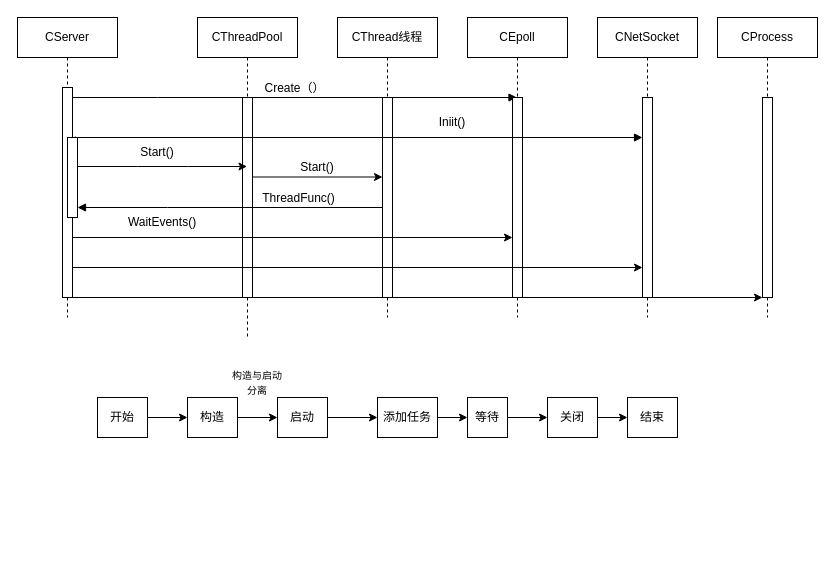
This is page "Page-1" (1 of 2) of 视频服务器-网络服务器模块时序图.drawio from ZWJ5656588/uml, a draw.io file, before an edit. Source tidied: cells renumbered, new cells numbered last; positions are measured from the earlier drawing's top-left corner, leaving out a move shared by most shapes. Both pictures are drawn from the tidied source at 100%, with x=0, y=0 at pixel (17, 17).
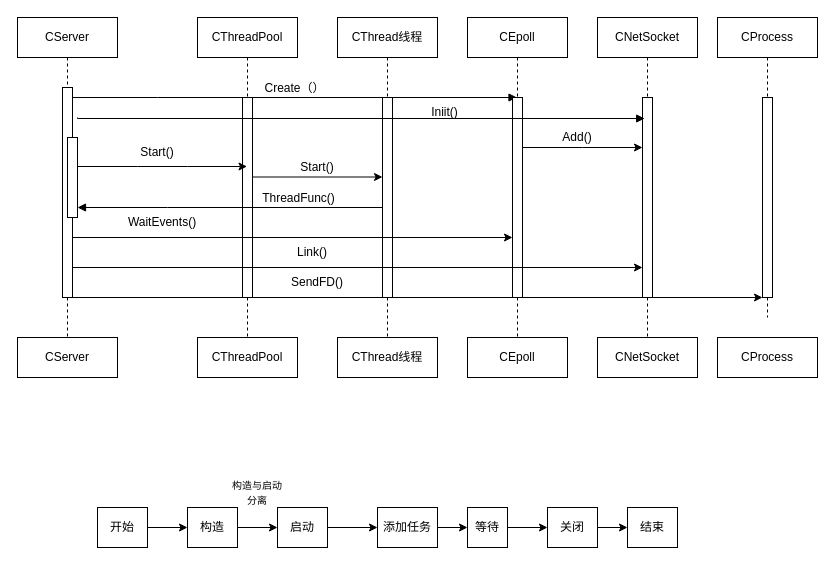
Above is the later version.

Commit message:
更新视频服务器-网络服务器模块时序图.drawio

The change refers to these unchanged cells:
```xml
<mxCell id="10" style="html=1;points=[];perimeter=orthogonalPerimeter;outlineConnect=0;targetShapes=umlLifeline;portConstraint=eastwest;newEdgeStyle={&quot;edgeStyle&quot;:&quot;elbowEdgeStyle&quot;,&quot;elbow&quot;:&quot;vertical&quot;,&quot;curved&quot;:0,&quot;rounded&quot;:0};" parent="9" vertex="1">
  <mxGeometry x="45" y="80" width="10" height="200" as="geometry" />
</mxCell>
```

Change to the diagram source:
```diff
@@
-    <mxCell id="2" value="CServer" style="shape=umlLifeline;perimeter=lifelinePerimeter;whiteSpace=wrap;html=1;newEdgeStyle={&quot;edgeStyle&quot;:&quot;elbowEdgeStyle&quot;,&quot;elbow&quot;:&quot;vertical&quot;,&quot;curved&quot;:0,&quot;rounded&quot;:0};" parent="1" vertex="1">
-      <mxGeometry width="100" height="300" as="geometry" />
+    <mxCell id="2" value="CServer" style="shape=umlLifeline;perimeter=lifelinePerimeter;whiteSpace=wrap;html=1;newEdgeStyle={&quot;edgeStyle&quot;:&quot;elbowEdgeStyle&quot;,&quot;elbow&quot;:&quot;vertical&quot;,&quot;curved&quot;:0,&quot;rounded&quot;:0};size=40;" parent="1" vertex="1">
+      <mxGeometry width="100" height="320" as="geometry" />
     </mxCell>
-    <mxCell id="3" style="html=1;points=[];perimeter=orthogonalPerimeter;outlineConnect=0;targetShapes=umlLifeline;portConstraint=eastwest;newEdgeStyle={&quot;edgeStyle&quot;:&quot;elbowEdgeStyle&quot;,&quot;elbow&quot;:&quot;vertical&quot;,&quot;curved&quot;:0,&quot;rounded&quot;:0};" parent="2" vertex="1">
-      <mxGeometry x="45" y="70" width="10" height="210" as="geometry" />
-    </mxCell>
-    <mxCell id="4" style="html=1;perimeter=orthogonalPerimeter;targetShapes=umlLifeline;newEdgeStyle={&quot;edgeStyle&quot;:&quot;elbowEdgeStyle&quot;,&quot;elbow&quot;:&quot;vertical&quot;,&quot;curved&quot;:0,&quot;rounded&quot;:0};" parent="2" vertex="1">
-      <mxGeometry x="50" y="120" width="10" height="80" as="geometry" />
-    </mxCell>
@@
     <mxCell id="9" value="CNetSocket" style="shape=umlLifeline;perimeter=lifelinePerimeter;whiteSpace=wrap;html=1;newEdgeStyle={&quot;edgeStyle&quot;:&quot;elbowEdgeStyle&quot;,&quot;elbow&quot;:&quot;vertical&quot;,&quot;curved&quot;:0,&quot;rounded&quot;:0};" parent="1" vertex="1">
-      <mxGeometry x="580" width="100" height="300" as="geometry" />
+      <mxGeometry x="580" width="100" height="320" as="geometry" />
     </mxCell>
@@
     <mxCell id="11" value="CThread线程" style="shape=umlLifeline;perimeter=lifelinePerimeter;whiteSpace=wrap;html=1;newEdgeStyle={&quot;edgeStyle&quot;:&quot;elbowEdgeStyle&quot;,&quot;elbow&quot;:&quot;vertical&quot;,&quot;curved&quot;:0,&quot;rounded&quot;:0};" parent="1" vertex="1">
-      <mxGeometry x="320" width="100" height="300" as="geometry" />
+      <mxGeometry x="320" width="100" height="320" as="geometry" />
     </mxCell>
@@
     <mxCell id="13" value="CEpoll" style="shape=umlLifeline;perimeter=lifelinePerimeter;whiteSpace=wrap;html=1;outlineConnect=0;portConstraint=eastwest;newEdgeStyle={&quot;edgeStyle&quot;:&quot;elbowEdgeStyle&quot;,&quot;elbow&quot;:&quot;vertical&quot;,&quot;curved&quot;:0,&quot;rounded&quot;:0};" parent="1" vertex="1">
-      <mxGeometry x="450" width="100" height="300" as="geometry" />
+      <mxGeometry x="450" width="100" height="320" as="geometry" />
     </mxCell>
@@
     <mxCell id="16" value="开始" style="rounded=0;whiteSpace=wrap;html=1;" parent="1" vertex="1">
-      <mxGeometry x="80" y="380" width="50" height="40" as="geometry" />
+      <mxGeometry x="80" y="490" width="50" height="40" as="geometry" />
     </mxCell>
@@
     <mxCell id="18" value="构造" style="rounded=0;whiteSpace=wrap;html=1;" parent="1" vertex="1">
-      <mxGeometry x="170" y="380" width="50" height="40" as="geometry" />
+      <mxGeometry x="170" y="490" width="50" height="40" as="geometry" />
     </mxCell>
@@
     <mxCell id="20" value="启动" style="rounded=0;whiteSpace=wrap;html=1;" parent="1" vertex="1">
-      <mxGeometry x="260" y="380" width="50" height="40" as="geometry" />
+      <mxGeometry x="260" y="490" width="50" height="40" as="geometry" />
     </mxCell>
@@
     <mxCell id="22" value="添加任务" style="rounded=0;whiteSpace=wrap;html=1;" parent="1" vertex="1">
-      <mxGeometry x="360" y="380" width="60" height="40" as="geometry" />
+      <mxGeometry x="360" y="490" width="60" height="40" as="geometry" />
     </mxCell>
@@
     <mxCell id="24" value="等待" style="rounded=0;whiteSpace=wrap;html=1;" parent="1" vertex="1">
-      <mxGeometry x="450" y="380" width="40" height="40" as="geometry" />
+      <mxGeometry x="450" y="490" width="40" height="40" as="geometry" />
     </mxCell>
     <mxCell id="25" value="&lt;font style=&quot;font-size: 10px;&quot;&gt;构造与启动分离&lt;/font&gt;" style="text;strokeColor=none;align=center;fillColor=none;html=1;verticalAlign=middle;whiteSpace=wrap;rounded=0;" parent="1" vertex="1">
-      <mxGeometry x="210" y="350" width="60" height="30" as="geometry" />
+      <mxGeometry x="210" y="460" width="60" height="30" as="geometry" />
     </mxCell>
@@
     <mxCell id="27" value="关闭" style="rounded=0;whiteSpace=wrap;html=1;" parent="1" vertex="1">
-      <mxGeometry x="530" y="380" width="50" height="40" as="geometry" />
+      <mxGeometry x="530" y="490" width="50" height="40" as="geometry" />
     </mxCell>
     <mxCell id="28" value="结束" style="rounded=0;whiteSpace=wrap;html=1;" parent="1" vertex="1">
-      <mxGeometry x="610" y="380" width="50" height="40" as="geometry" />
+      <mxGeometry x="610" y="490" width="50" height="40" as="geometry" />
     </mxCell>
-    <mxCell id="29" value="&amp;nbsp;" style="html=1;verticalAlign=bottom;endArrow=block;edgeStyle=elbowEdgeStyle;elbow=vertical;curved=0;rounded=0;" parent="1" edge="1" target="10">
+    <mxCell id="29" value="&amp;nbsp;" style="html=1;verticalAlign=bottom;endArrow=block;edgeStyle=elbowEdgeStyle;elbow=vertical;curved=0;rounded=0;" parent="1" edge="1">
       <mxGeometry relative="1" as="geometry">
-        <mxPoint x="57.8" y="119" as="sourcePoint" />
+        <mxPoint x="60" y="100" as="sourcePoint" />
+        <mxPoint x="627.2" y="101" as="targetPoint" />
         <Array as="points">
-          <mxPoint x="630" y="120" />
-          <mxPoint x="142.8" y="119" />
+          <mxPoint x="632.2" y="101" />
+          <mxPoint x="145" y="100" />
         </Array>
       </mxGeometry>
     </mxCell>
     <mxCell id="30" value="Iniit()" style="text;strokeColor=none;align=center;fillColor=none;html=1;verticalAlign=middle;whiteSpace=wrap;rounded=0;" parent="1" vertex="1">
-      <mxGeometry x="405" y="90" width="60" height="30" as="geometry" />
+      <mxGeometry x="405" y="90" width="45" height="10" as="geometry" />
     </mxCell>
@@
+    <mxCell id="42" value="Link()" style="text;strokeColor=none;align=center;fillColor=none;html=1;verticalAlign=middle;whiteSpace=wrap;rounded=0;" parent="1" vertex="1">
+      <mxGeometry x="280" y="230" width="30" height="10" as="geometry" />
+    </mxCell>
+    <mxCell id="43" value="SendFD()&lt;br&gt;" style="text;strokeColor=none;align=center;fillColor=none;html=1;verticalAlign=middle;whiteSpace=wrap;rounded=0;" parent="1" vertex="1">
+      <mxGeometry x="285" y="260" width="30" height="10" as="geometry" />
+    </mxCell>
+    <mxCell id="3" style="html=1;points=[];perimeter=orthogonalPerimeter;outlineConnect=0;targetShapes=umlLifeline;portConstraint=eastwest;newEdgeStyle={&quot;edgeStyle&quot;:&quot;elbowEdgeStyle&quot;,&quot;elbow&quot;:&quot;vertical&quot;,&quot;curved&quot;:0,&quot;rounded&quot;:0};" parent="1" vertex="1">
+      <mxGeometry x="45" y="70" width="10" height="210" as="geometry" />
+    </mxCell>
+    <mxCell id="4" style="html=1;perimeter=orthogonalPerimeter;targetShapes=umlLifeline;newEdgeStyle={&quot;edgeStyle&quot;:&quot;elbowEdgeStyle&quot;,&quot;elbow&quot;:&quot;vertical&quot;,&quot;curved&quot;:0,&quot;rounded&quot;:0};" parent="1" vertex="1">
+      <mxGeometry x="50" y="120" width="10" height="80" as="geometry" />
+    </mxCell>
+    <mxCell id="44" style="edgeStyle=none;rounded=0;orthogonalLoop=1;jettySize=auto;html=1;exitX=1;exitY=0.25;exitDx=0;exitDy=0;" parent="1" edge="1">
+      <mxGeometry relative="1" as="geometry">
+        <mxPoint x="100" y="310" as="sourcePoint" />
+        <mxPoint x="100" y="310" as="targetPoint" />
+      </mxGeometry>
+    </mxCell>
+    <mxCell id="45" value="CThreadPool" style="whiteSpace=wrap;html=1;align=center;strokeColor=default;verticalAlign=middle;fontFamily=Helvetica;fontSize=12;fontColor=default;fillColor=default;" parent="1" vertex="1">
+      <mxGeometry x="180" y="320" width="100" height="40" as="geometry" />
+    </mxCell>
+    <mxCell id="46" value="CServer" style="whiteSpace=wrap;html=1;align=center;strokeColor=default;verticalAlign=middle;fontFamily=Helvetica;fontSize=12;fontColor=default;fillColor=default;" parent="1" vertex="1">
+      <mxGeometry y="320" width="100" height="40" as="geometry" />
+    </mxCell>
+    <mxCell id="47" value="CThread线程" style="whiteSpace=wrap;html=1;align=center;strokeColor=default;verticalAlign=middle;fontFamily=Helvetica;fontSize=12;fontColor=default;fillColor=default;" parent="1" vertex="1">
+      <mxGeometry x="320" y="320" width="100" height="40" as="geometry" />
+    </mxCell>
+    <mxCell id="48" value="CEpoll" style="whiteSpace=wrap;html=1;align=center;strokeColor=default;verticalAlign=middle;fontFamily=Helvetica;fontSize=12;fontColor=default;fillColor=default;" parent="1" vertex="1">
+      <mxGeometry x="450" y="320" width="100" height="40" as="geometry" />
+    </mxCell>
+    <mxCell id="49" value="CNetSocket" style="whiteSpace=wrap;html=1;align=center;strokeColor=default;verticalAlign=middle;fontFamily=Helvetica;fontSize=12;fontColor=default;fillColor=default;" parent="1" vertex="1">
+      <mxGeometry x="580" y="320" width="100" height="40" as="geometry" />
+    </mxCell>
+    <mxCell id="50" value="CProcess" style="whiteSpace=wrap;html=1;align=center;strokeColor=default;verticalAlign=middle;fontFamily=Helvetica;fontSize=12;fontColor=default;fillColor=default;" parent="1" vertex="1">
+      <mxGeometry x="700" y="320" width="100" height="40" as="geometry" />
+    </mxCell>
+    <mxCell id="51" style="edgeStyle=elbowEdgeStyle;rounded=0;orthogonalLoop=1;jettySize=auto;html=1;elbow=vertical;curved=0;fontFamily=Helvetica;fontSize=12;fontColor=default;" parent="1" edge="1">
+      <mxGeometry relative="1" as="geometry">
+        <mxPoint x="505" y="130" as="sourcePoint" />
+        <mxPoint x="625" y="130" as="targetPoint" />
+      </mxGeometry>
+    </mxCell>
+    <mxCell id="52" value="Add()" style="text;strokeColor=none;align=center;fillColor=none;html=1;verticalAlign=middle;whiteSpace=wrap;rounded=0;fontSize=12;fontFamily=Helvetica;fontColor=default;" parent="1" vertex="1">
+      <mxGeometry x="540" y="110" width="40" height="20" as="geometry" />
+    </mxCell>
```
